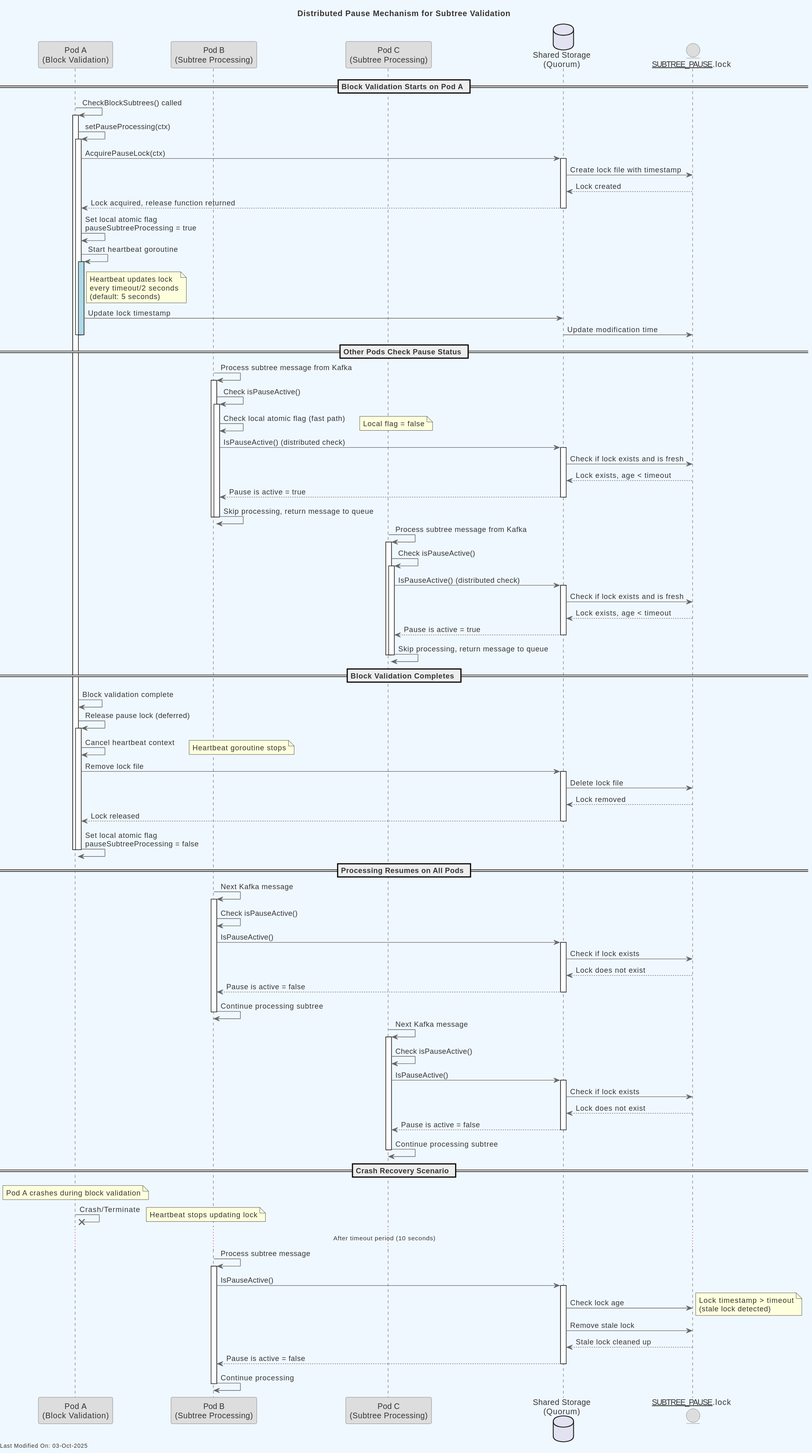
icellan/teranode keeps this PlantUML diagram as topics/services/img/plantuml/subtreevalidation/subtree_validation_distributed_pause.svg. Above is the earlier version. The source it was exported from:
```plantuml
@startuml
skinparam backgroundColor #F0F8FF
skinparam defaultFontColor #333333
skinparam arrowColor #666666

skinparam entity {
  BorderColor #666666
  BackgroundColor #DDDDDD
}

skinparam control {
  BorderColor #666666
  BackgroundColor #DDDDDD
}

skinparam participant {
  BorderColor #666666
  BackgroundColor #DDDDDD
}

title Distributed Pause Mechanism for Subtree Validation

participant "Pod A\n(Block Validation)" as PodA
participant "Pod B\n(Subtree Processing)" as PodB
participant "Pod C\n(Subtree Processing)" as PodC
database "Shared Storage\n(Quorum)" as Storage
entity "__SUBTREE_PAUSE__.lock" as PauseLock

== Block Validation Starts on Pod A ==

PodA -> PodA: CheckBlockSubtrees() called
activate PodA

PodA -> PodA: setPauseProcessing(ctx)
activate PodA

PodA -> Storage: AcquirePauseLock(ctx)
activate Storage
Storage -> PauseLock: Create lock file with timestamp
PauseLock --> Storage: Lock created
Storage --> PodA: Lock acquired, release function returned
deactivate Storage

PodA -> PodA: Set local atomic flag\npauseSubtreeProcessing = true

PodA -> PodA: Start heartbeat goroutine
activate PodA #LightBlue
note right of PodA: Heartbeat updates lock\nevery timeout/2 seconds\n(default: 5 seconds)
PodA -> Storage: Update lock timestamp
Storage -> PauseLock: Update modification time
deactivate PodA

deactivate PodA

== Other Pods Check Pause Status ==

PodB -> PodB: Process subtree message from Kafka
activate PodB

PodB -> PodB: Check isPauseActive()
activate PodB

PodB -> PodB: Check local atomic flag (fast path)
note right: Local flag = false

PodB -> Storage: IsPauseActive() (distributed check)
activate Storage
Storage -> PauseLock: Check if lock exists and is fresh
PauseLock --> Storage: Lock exists, age < timeout
Storage --> PodB: Pause is active = true
deactivate Storage

PodB -> PodB: Skip processing, return message to queue
deactivate PodB
deactivate PodB

PodC -> PodC: Process subtree message from Kafka
activate PodC

PodC -> PodC: Check isPauseActive()
activate PodC

PodC -> Storage: IsPauseActive() (distributed check)
activate Storage
Storage -> PauseLock: Check if lock exists and is fresh
PauseLock --> Storage: Lock exists, age < timeout
Storage --> PodC: Pause is active = true
deactivate Storage

PodC -> PodC: Skip processing, return message to queue
deactivate PodC
deactivate PodC

== Block Validation Completes ==

PodA -> PodA: Block validation complete
PodA -> PodA: Release pause lock (deferred)
activate PodA

PodA -> PodA: Cancel heartbeat context
note right: Heartbeat goroutine stops

PodA -> Storage: Remove lock file
activate Storage
Storage -> PauseLock: Delete lock file
PauseLock --> Storage: Lock removed
Storage --> PodA: Lock released
deactivate Storage

PodA -> PodA: Set local atomic flag\npauseSubtreeProcessing = false
deactivate PodA

deactivate PodA

== Processing Resumes on All Pods ==

PodB -> PodB: Next Kafka message
activate PodB
PodB -> PodB: Check isPauseActive()
PodB -> Storage: IsPauseActive()
activate Storage
Storage -> PauseLock: Check if lock exists
PauseLock --> Storage: Lock does not exist
Storage --> PodB: Pause is active = false
deactivate Storage
PodB -> PodB: Continue processing subtree
deactivate PodB

PodC -> PodC: Next Kafka message
activate PodC
PodC -> PodC: Check isPauseActive()
PodC -> Storage: IsPauseActive()
activate Storage
Storage -> PauseLock: Check if lock exists
PauseLock --> Storage: Lock does not exist
Storage --> PodC: Pause is active = false
deactivate Storage
PodC -> PodC: Continue processing subtree
deactivate PodC

== Crash Recovery Scenario ==

note over PodA: Pod A crashes during block validation

PodA ->x PodA: Crash/Terminate
note right: Heartbeat stops updating lock

... After timeout period (10 seconds) ...

PodB -> PodB: Process subtree message
activate PodB
PodB -> Storage: IsPauseActive()
activate Storage
Storage -> PauseLock: Check lock age
note right: Lock timestamp > timeout\n(stale lock detected)
Storage -> PauseLock: Remove stale lock
PauseLock --> Storage: Stale lock cleaned up
Storage --> PodB: Pause is active = false
deactivate Storage
PodB -> PodB: Continue processing
deactivate PodB

left footer Last Modified On: %date("dd-MMM-yyyy")
@enduml
```
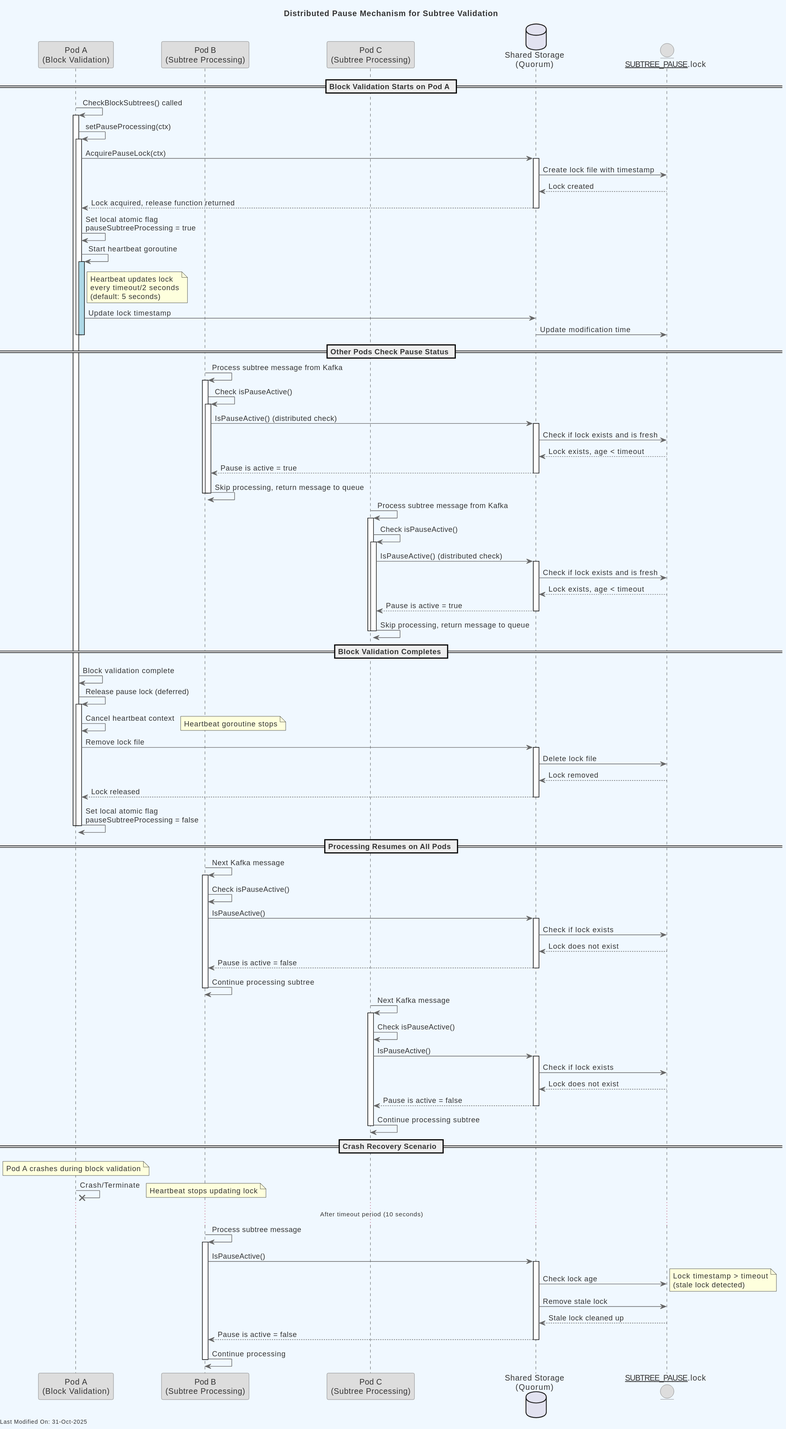
Above is the later version.

What changed in the source:
```diff
@@ -59,9 +59,6 @@
 
 PodB -> PodB: Check isPauseActive()
 activate PodB
-
-PodB -> PodB: Check local atomic flag (fast path)
-note right: Local flag = false
 
 PodB -> Storage: IsPauseActive() (distributed check)
 activate Storage
```
